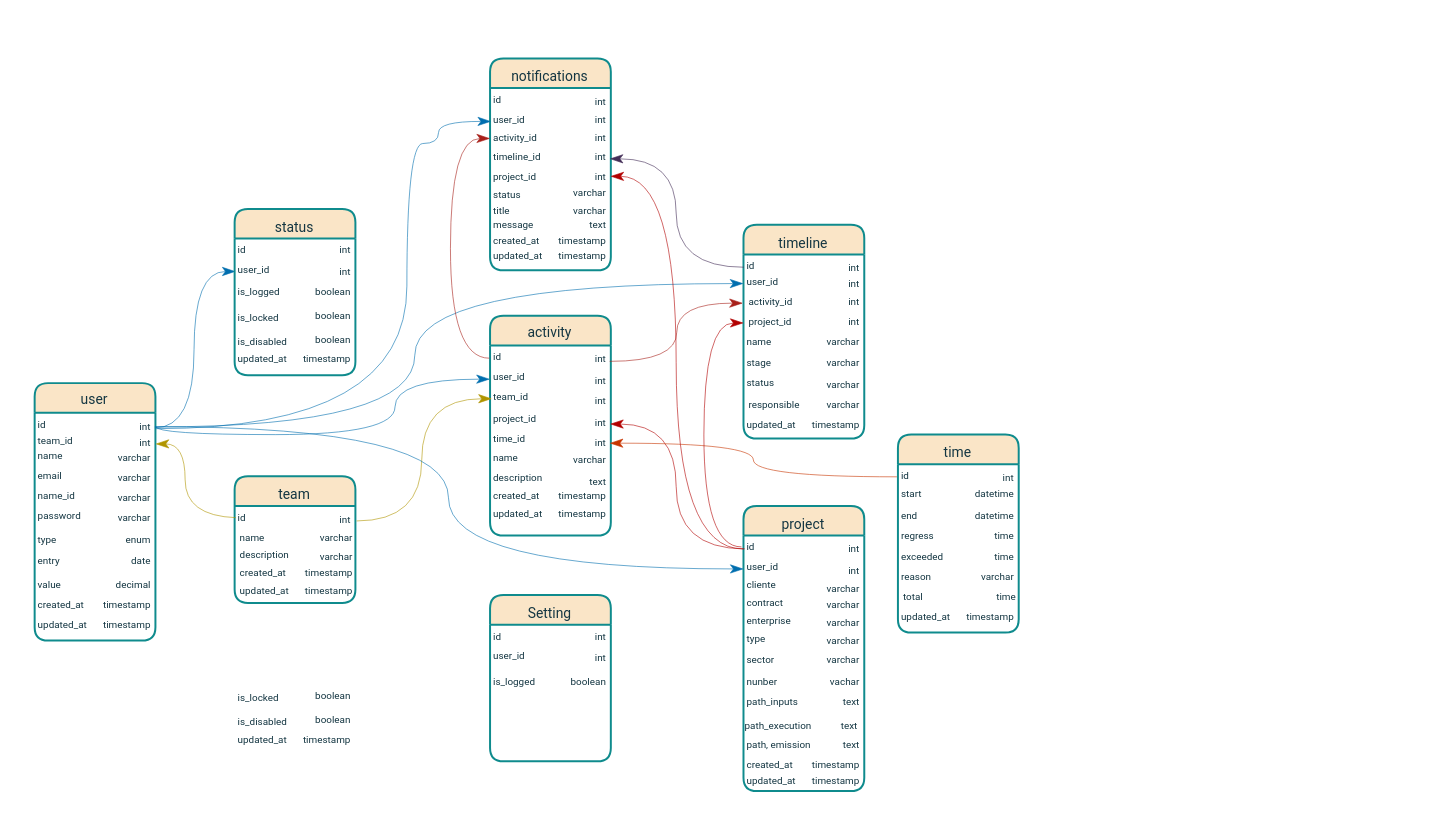
Above: Banco Kairos.drawio in Avflux/drawio (draw.io), before the change. Source tidied: cells renumbered, new cells numbered last; positions are measured from the earlier drawing's top-left corner, leaving out a move shared by most shapes. Both pictures are drawn from the tidied source at 198%, with x=0, y=0 at pixel (34, 57).
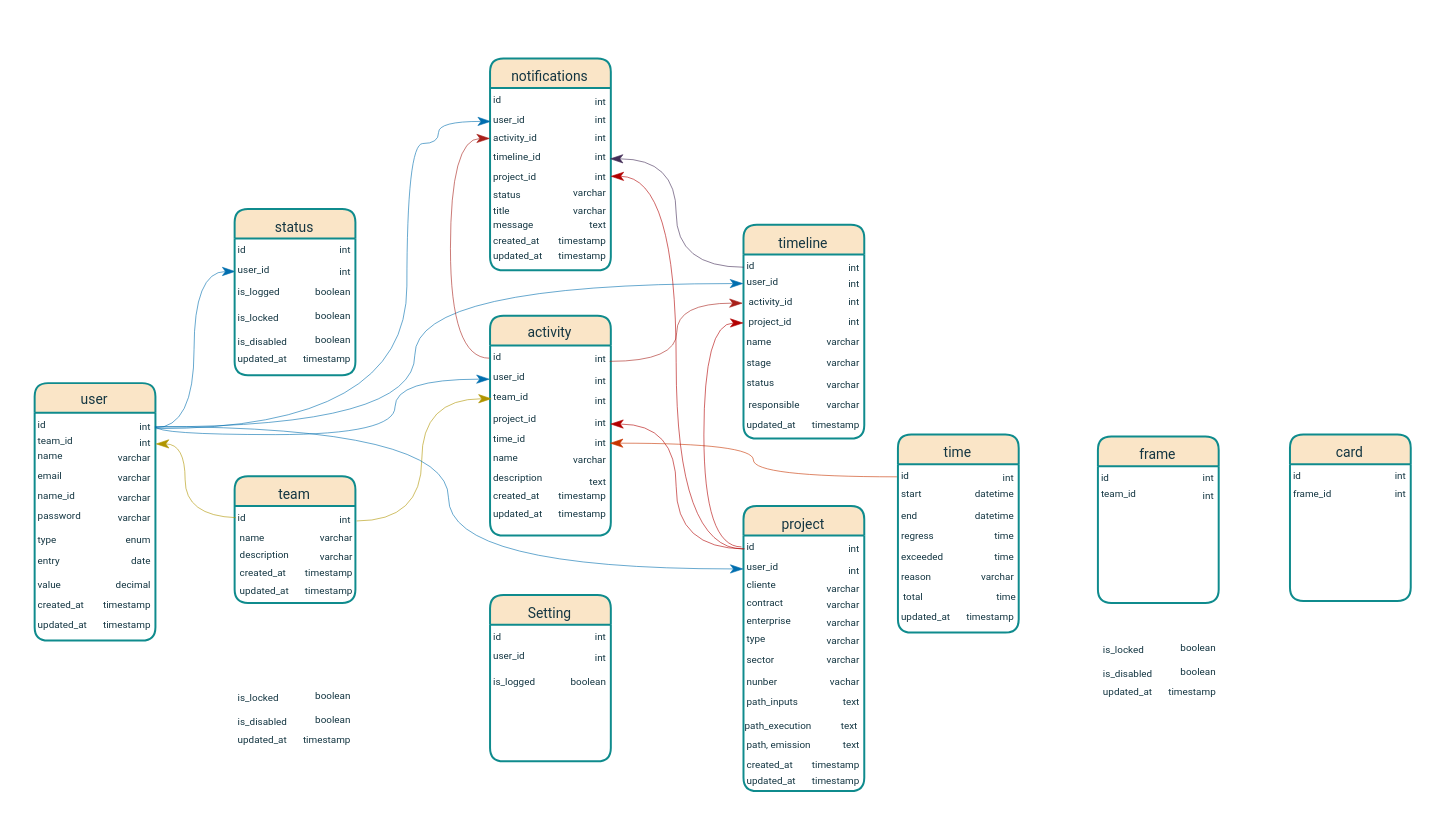
The same diagram, later.

Diff of the diagram source:
```diff
@@
+    <mxCell id="179" value="&lt;p&gt;&lt;font face=&quot;Roboto&quot;&gt;&lt;span style=&quot;font-size: 7px; font-weight: 400;&quot;&gt;frame&lt;/span&gt;&lt;/font&gt;&lt;/p&gt;" style="swimlane;whiteSpace=wrap;html=1;hachureGap=4;fontFamily=Architects Daughter;startSize=15;strokeWidth=1;swimlaneLine=1;glass=0;rounded=1;shadow=0;align=center;labelBackgroundColor=none;fillColor=#FAE5C7;strokeColor=#0F8B8D;fontColor=#143642;" parent="1" vertex="1">
+      <mxGeometry x="537" y="191" width="61" height="84" as="geometry" />
+    </mxCell>
+    <mxCell id="180" value="&lt;font face=&quot;Roboto&quot; style=&quot;font-size: 5px;&quot;&gt;id&lt;/font&gt;" style="text;html=1;align=left;verticalAlign=middle;strokeColor=none;fillColor=none;fontFamily=Architects Daughter;labelBackgroundColor=none;fontColor=#143642;" parent="179" vertex="1">
+      <mxGeometry y="5" width="20" height="30" as="geometry" />
+    </mxCell>
+    <mxCell id="181" value="&lt;font face=&quot;Roboto&quot; style=&quot;font-size: 5px;&quot;&gt;team_id&lt;/font&gt;" style="text;html=1;align=left;verticalAlign=middle;strokeColor=none;fillColor=none;fontFamily=Architects Daughter;labelBackgroundColor=none;fontColor=#143642;" parent="179" vertex="1">
+      <mxGeometry y="15" width="34" height="26" as="geometry" />
+    </mxCell>
+    <mxCell id="182" value="&lt;font face=&quot;Roboto&quot;&gt;&lt;span style=&quot;font-size: 5px;&quot;&gt;int&lt;/span&gt;&lt;/font&gt;" style="text;html=1;align=right;verticalAlign=middle;strokeColor=none;fillColor=none;fontFamily=Architects Daughter;labelBackgroundColor=none;fontColor=#143642;" parent="179" vertex="1">
+      <mxGeometry x="36" y="14" width="24" height="27" as="geometry" />
+    </mxCell>
+    <mxCell id="183" value="&lt;font face=&quot;Roboto&quot;&gt;&lt;span style=&quot;font-size: 5px;&quot;&gt;int&lt;/span&gt;&lt;/font&gt;" style="text;html=1;align=right;verticalAlign=middle;strokeColor=none;fillColor=none;fontFamily=Architects Daughter;labelBackgroundColor=none;fontColor=#143642;" parent="179" vertex="1">
+      <mxGeometry x="40" y="4" width="20" height="30" as="geometry" />
+    </mxCell>
+    <mxCell id="184" value="&lt;p&gt;&lt;font face=&quot;Roboto&quot;&gt;&lt;span style=&quot;font-size: 7px; font-weight: 400;&quot;&gt;card&lt;/span&gt;&lt;/font&gt;&lt;/p&gt;" style="swimlane;whiteSpace=wrap;html=1;hachureGap=4;fontFamily=Architects Daughter;startSize=15;strokeWidth=1;swimlaneLine=1;glass=0;rounded=1;shadow=0;align=center;labelBackgroundColor=none;fillColor=#FAE5C7;strokeColor=#0F8B8D;fontColor=#143642;" parent="1" vertex="1">
+      <mxGeometry x="634" y="190" width="61" height="84" as="geometry" />
+    </mxCell>
+    <mxCell id="185" value="&lt;font face=&quot;Roboto&quot; style=&quot;font-size: 5px;&quot;&gt;id&lt;/font&gt;" style="text;html=1;align=left;verticalAlign=middle;strokeColor=none;fillColor=none;fontFamily=Architects Daughter;labelBackgroundColor=none;fontColor=#143642;" parent="184" vertex="1">
+      <mxGeometry y="5" width="20" height="30" as="geometry" />
+    </mxCell>
+    <mxCell id="186" value="&lt;font face=&quot;Roboto&quot; style=&quot;font-size: 5px;&quot;&gt;frame_id&lt;/font&gt;" style="text;html=1;align=left;verticalAlign=middle;strokeColor=none;fillColor=none;fontFamily=Architects Daughter;labelBackgroundColor=none;fontColor=#143642;" parent="184" vertex="1">
+      <mxGeometry y="16" width="36" height="26" as="geometry" />
+    </mxCell>
+    <mxCell id="187" value="&lt;font face=&quot;Roboto&quot;&gt;&lt;span style=&quot;font-size: 5px;&quot;&gt;int&lt;/span&gt;&lt;/font&gt;" style="text;html=1;align=right;verticalAlign=middle;strokeColor=none;fillColor=none;fontFamily=Architects Daughter;labelBackgroundColor=none;fontColor=#143642;" parent="184" vertex="1">
+      <mxGeometry x="36" y="14" width="24" height="27" as="geometry" />
+    </mxCell>
+    <mxCell id="188" value="&lt;font face=&quot;Roboto&quot;&gt;&lt;span style=&quot;font-size: 5px;&quot;&gt;int&lt;/span&gt;&lt;/font&gt;" style="text;html=1;align=right;verticalAlign=middle;strokeColor=none;fillColor=none;fontFamily=Architects Daughter;labelBackgroundColor=none;fontColor=#143642;" parent="184" vertex="1">
+      <mxGeometry x="40" y="4" width="20" height="30" as="geometry" />
+    </mxCell>
+    <mxCell id="189" value="&lt;font face=&quot;Roboto&quot;&gt;&lt;span style=&quot;font-size: 5px;&quot;&gt;is_locked&lt;/span&gt;&lt;/font&gt;" style="text;html=1;align=left;verticalAlign=middle;strokeColor=none;fillColor=none;fontFamily=Architects Daughter;labelBackgroundColor=none;fontColor=#143642;" parent="1" vertex="1">
+      <mxGeometry x="538" y="283" width="37" height="27" as="geometry" />
+    </mxCell>
+    <mxCell id="190" value="&lt;font face=&quot;Roboto&quot;&gt;&lt;span style=&quot;font-size: 5px;&quot;&gt;boolean&lt;/span&gt;&lt;/font&gt;" style="text;html=1;align=right;verticalAlign=middle;strokeColor=none;fillColor=none;fontFamily=Architects Daughter;labelBackgroundColor=none;fontColor=#143642;" parent="1" vertex="1">
+      <mxGeometry x="562" y="282" width="36" height="28" as="geometry" />
+    </mxCell>
+    <mxCell id="191" value="&lt;font face=&quot;Roboto&quot;&gt;&lt;span style=&quot;font-size: 5px;&quot;&gt;is_disabled&lt;/span&gt;&lt;/font&gt;" style="text;html=1;align=left;verticalAlign=middle;strokeColor=none;fillColor=none;fontFamily=Architects Daughter;labelBackgroundColor=none;fontColor=#143642;" parent="1" vertex="1">
+      <mxGeometry x="538" y="295" width="41" height="27" as="geometry" />
+    </mxCell>
+    <mxCell id="192" value="&lt;font face=&quot;Roboto&quot;&gt;&lt;span style=&quot;font-size: 5px;&quot;&gt;boolean&lt;/span&gt;&lt;/font&gt;" style="text;html=1;align=right;verticalAlign=middle;strokeColor=none;fillColor=none;fontFamily=Architects Daughter;labelBackgroundColor=none;fontColor=#143642;" parent="1" vertex="1">
+      <mxGeometry x="562" y="294" width="36" height="28" as="geometry" />
+    </mxCell>
+    <mxCell id="193" value="&lt;font face=&quot;Roboto&quot;&gt;&lt;span style=&quot;font-size: 5px;&quot;&gt;timestamp&lt;/span&gt;&lt;/font&gt;" style="text;html=1;align=right;verticalAlign=middle;strokeColor=none;fillColor=none;fontFamily=Architects Daughter;labelBackgroundColor=none;fontColor=#143642;" parent="1" vertex="1">
+      <mxGeometry x="556" y="304" width="42" height="27" as="geometry" />
+    </mxCell>
+    <mxCell id="194" value="&lt;font face=&quot;Roboto&quot;&gt;&lt;span style=&quot;font-size: 5px;&quot;&gt;updated_at&lt;/span&gt;&lt;/font&gt;" style="text;html=1;align=left;verticalAlign=middle;strokeColor=none;fillColor=none;fontFamily=Architects Daughter;labelBackgroundColor=none;fontColor=#143642;" parent="1" vertex="1">
+      <mxGeometry x="538" y="304" width="43" height="27" as="geometry" />
+    </mxCell>
```
